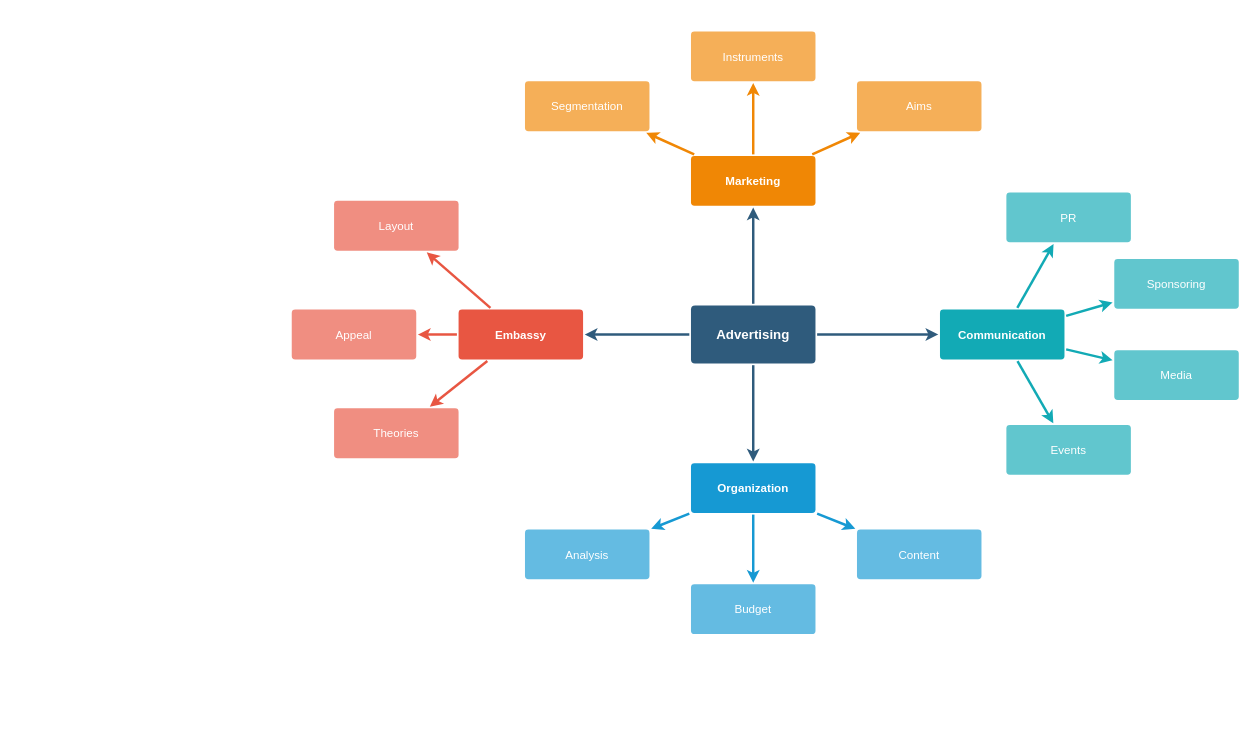
Before: draw.io/redux.drawio in lightnoway/scratch, a draw.io diagram. Source tidied: cells renumbered, new cells numbered last; positions are measured from the earlier drawing's top-left corner, leaving out a move shared by most shapes. Both pictures are drawn from the tidied source at 83%, with x=0, y=0 at pixel (291, 31).
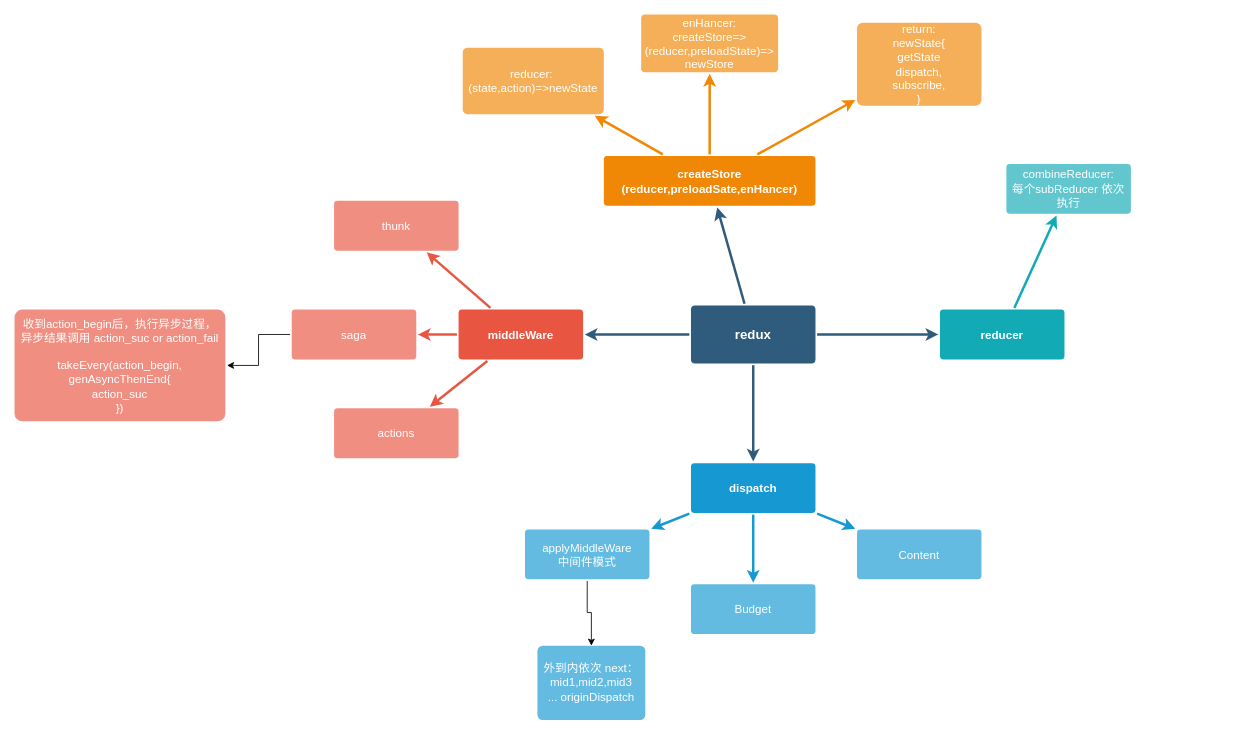
Above is the later version.

The edit, as a diff of the source:
```diff
@@
-    <mxCell id="6" value="Advertising" style="rounded=1;whiteSpace=wrap;html=1;shadow=0;labelBackgroundColor=none;strokeColor=none;strokeWidth=3;fillColor=#2F5B7C;fontFamily=Helvetica;fontSize=16;fontColor=#FFFFFF;align=center;fontStyle=1;spacing=5;arcSize=7;perimeterSpacing=2;" parent="1" vertex="1">
+    <mxCell id="6" value="redux" style="rounded=1;whiteSpace=wrap;html=1;shadow=0;labelBackgroundColor=none;strokeColor=none;strokeWidth=3;fillColor=#2F5B7C;fontFamily=Helvetica;fontSize=16;fontColor=#FFFFFF;align=center;fontStyle=1;spacing=5;arcSize=7;perimeterSpacing=2;" parent="1" vertex="1">
       <mxGeometry x="481" y="330.5" width="150" height="70" as="geometry" />
     </mxCell>
@@
-    <mxCell id="10" value="Embassy" style="rounded=1;whiteSpace=wrap;html=1;shadow=0;labelBackgroundColor=none;strokeColor=none;strokeWidth=3;fillColor=#e85642;fontFamily=Helvetica;fontSize=14;fontColor=#FFFFFF;align=center;spacing=5;fontStyle=1;arcSize=7;perimeterSpacing=2;" parent="1" vertex="1">
+    <mxCell id="10" value="middleWare" style="rounded=1;whiteSpace=wrap;html=1;shadow=0;labelBackgroundColor=none;strokeColor=none;strokeWidth=3;fillColor=#e85642;fontFamily=Helvetica;fontSize=14;fontColor=#FFFFFF;align=center;spacing=5;fontStyle=1;arcSize=7;perimeterSpacing=2;" parent="1" vertex="1">
       <mxGeometry x="201" y="335.5" width="150" height="60" as="geometry" />
     </mxCell>
-    <mxCell id="11" value="Theories" style="rounded=1;whiteSpace=wrap;html=1;shadow=0;labelBackgroundColor=none;strokeColor=none;strokeWidth=3;fillColor=#f08e81;fontFamily=Helvetica;fontSize=14;fontColor=#FFFFFF;align=center;spacing=5;fontStyle=0;arcSize=7;perimeterSpacing=2;" parent="1" vertex="1">
+    <mxCell id="11" value="actions" style="rounded=1;whiteSpace=wrap;html=1;shadow=0;labelBackgroundColor=none;strokeColor=none;strokeWidth=3;fillColor=#f08e81;fontFamily=Helvetica;fontSize=14;fontColor=#FFFFFF;align=center;spacing=5;fontStyle=0;arcSize=7;perimeterSpacing=2;" parent="1" vertex="1">
       <mxGeometry x="51" y="454.5" width="150" height="60" as="geometry" />
     </mxCell>
+    <mxCell id="37" style="edgeStyle=orthogonalEdgeStyle;rounded=0;jettySize=auto;html=1;" parent="1" edge="1" source="12" target="40">
+      <mxGeometry relative="1" as="geometry" />
+    </mxCell>
-    <mxCell id="12" value="Appeal" style="rounded=1;whiteSpace=wrap;html=1;shadow=0;labelBackgroundColor=none;strokeColor=none;strokeWidth=3;fillColor=#f08e81;fontFamily=Helvetica;fontSize=14;fontColor=#FFFFFF;align=center;spacing=5;fontStyle=0;arcSize=7;perimeterSpacing=2;" parent="1" vertex="1">
+    <mxCell id="12" value="saga" style="rounded=1;whiteSpace=wrap;html=1;shadow=0;labelBackgroundColor=none;strokeColor=none;strokeWidth=3;fillColor=#f08e81;fontFamily=Helvetica;fontSize=14;fontColor=#FFFFFF;align=center;spacing=5;fontStyle=0;arcSize=7;perimeterSpacing=2;" parent="1" vertex="1">
       <mxGeometry y="335.5" width="150" height="60" as="geometry" />
     </mxCell>
-    <mxCell id="13" value="Layout" style="rounded=1;whiteSpace=wrap;html=1;shadow=0;labelBackgroundColor=none;strokeColor=none;strokeWidth=3;fillColor=#f08e81;fontFamily=Helvetica;fontSize=14;fontColor=#FFFFFF;align=center;spacing=5;fontStyle=0;arcSize=7;perimeterSpacing=2;" parent="1" vertex="1">
+    <mxCell id="13" value="thunk" style="rounded=1;whiteSpace=wrap;html=1;shadow=0;labelBackgroundColor=none;strokeColor=none;strokeWidth=3;fillColor=#f08e81;fontFamily=Helvetica;fontSize=14;fontColor=#FFFFFF;align=center;spacing=5;fontStyle=0;arcSize=7;perimeterSpacing=2;" parent="1" vertex="1">
       <mxGeometry x="51" y="204.5" width="150" height="60" as="geometry" />
     </mxCell>
@@
-    <mxCell id="17" value="Organization" style="rounded=1;whiteSpace=wrap;html=1;shadow=0;labelBackgroundColor=none;strokeColor=none;strokeWidth=3;fillColor=#1699d3;fontFamily=Helvetica;fontSize=14;fontColor=#FFFFFF;align=center;spacing=5;fontStyle=1;arcSize=7;perimeterSpacing=2;" parent="1" vertex="1">
+    <mxCell id="17" value="dispatch" style="rounded=1;whiteSpace=wrap;html=1;shadow=0;labelBackgroundColor=none;strokeColor=none;strokeWidth=3;fillColor=#1699d3;fontFamily=Helvetica;fontSize=14;fontColor=#FFFFFF;align=center;spacing=5;fontStyle=1;arcSize=7;perimeterSpacing=2;" parent="1" vertex="1">
       <mxGeometry x="481" y="520.5" width="150" height="60" as="geometry" />
     </mxCell>
@@
+    <mxCell id="38" style="edgeStyle=orthogonalEdgeStyle;rounded=0;jettySize=auto;html=1;" parent="1" edge="1" source="20" target="39">
+      <mxGeometry relative="1" as="geometry" />
+    </mxCell>
-    <mxCell id="20" value="Analysis" style="rounded=1;whiteSpace=wrap;html=1;shadow=0;labelBackgroundColor=none;strokeColor=none;strokeWidth=3;fillColor=#64bbe2;fontFamily=Helvetica;fontSize=14;fontColor=#FFFFFF;align=center;spacing=5;arcSize=7;perimeterSpacing=2;" parent="1" vertex="1">
+    <mxCell id="20" value="applyMiddleWare&lt;br&gt;中间件模式" style="rounded=1;whiteSpace=wrap;html=1;shadow=0;labelBackgroundColor=none;strokeColor=none;strokeWidth=3;fillColor=#64bbe2;fontFamily=Helvetica;fontSize=14;fontColor=#FFFFFF;align=center;spacing=5;arcSize=7;perimeterSpacing=2;" parent="1" vertex="1">
       <mxGeometry x="281" y="600.5" width="150" height="60" as="geometry" />
     </mxCell>
-    <mxCell id="21" value="Marketing" style="rounded=1;whiteSpace=wrap;html=1;shadow=0;labelBackgroundColor=none;strokeColor=none;strokeWidth=3;fillColor=#F08705;fontFamily=Helvetica;fontSize=14;fontColor=#FFFFFF;align=center;spacing=5;fontStyle=1;arcSize=7;perimeterSpacing=2;" parent="1" vertex="1">
-      <mxGeometry x="481" y="150.5" width="150" height="60" as="geometry" />
+    <mxCell id="21" value="createStore&lt;br&gt;(reducer,preloadSate,enHancer)" style="rounded=1;whiteSpace=wrap;html=1;shadow=0;labelBackgroundColor=none;strokeColor=none;strokeWidth=3;fillColor=#F08705;fontFamily=Helvetica;fontSize=14;fontColor=#FFFFFF;align=center;spacing=5;fontStyle=1;arcSize=7;perimeterSpacing=2;" parent="1" vertex="1">
+      <mxGeometry x="376" y="150.5" width="255" height="60" as="geometry" />
     </mxCell>
-    <mxCell id="22" value="Aims&lt;br&gt;" style="rounded=1;whiteSpace=wrap;html=1;shadow=0;labelBackgroundColor=none;strokeColor=none;strokeWidth=3;fillColor=#f5af58;fontFamily=Helvetica;fontSize=14;fontColor=#FFFFFF;align=center;spacing=5;arcSize=7;perimeterSpacing=2;" parent="1" vertex="1">
-      <mxGeometry x="681" y="60.5" width="150" height="60" as="geometry" />
+    <mxCell id="22" value="return:&lt;br&gt;newState{&lt;br&gt;getState&lt;br&gt;dispatch,&lt;br&gt;subscribe,&lt;br&gt;}" style="rounded=1;whiteSpace=wrap;html=1;shadow=0;labelBackgroundColor=none;strokeColor=none;strokeWidth=3;fillColor=#f5af58;fontFamily=Helvetica;fontSize=14;fontColor=#FFFFFF;align=center;spacing=5;arcSize=7;perimeterSpacing=2;" parent="1" vertex="1">
+      <mxGeometry x="681" y="-10" width="150" height="100" as="geometry" />
     </mxCell>
@@
-    <mxCell id="24" value="Instruments" style="rounded=1;whiteSpace=wrap;html=1;shadow=0;labelBackgroundColor=none;strokeColor=none;strokeWidth=3;fillColor=#f5af58;fontFamily=Helvetica;fontSize=14;fontColor=#FFFFFF;align=center;spacing=5;arcSize=7;perimeterSpacing=2;" parent="1" vertex="1">
-      <mxGeometry x="481" y="0.5" width="150" height="60" as="geometry" />
+    <mxCell id="24" value="enHancer:&lt;br&gt;createStore=&amp;gt;&lt;br&gt;(reducer,preloadState)=&amp;gt;&lt;br&gt;newStore" style="rounded=1;whiteSpace=wrap;html=1;shadow=0;labelBackgroundColor=none;strokeColor=none;strokeWidth=3;fillColor=#f5af58;fontFamily=Helvetica;fontSize=14;fontColor=#FFFFFF;align=center;spacing=5;arcSize=7;perimeterSpacing=2;" parent="1" vertex="1">
+      <mxGeometry x="421" y="-20" width="165" height="69.5" as="geometry" />
     </mxCell>
@@
-    <mxCell id="26" value="Segmentation" style="rounded=1;whiteSpace=wrap;html=1;shadow=0;labelBackgroundColor=none;strokeColor=none;strokeWidth=3;fillColor=#f5af58;fontFamily=Helvetica;fontSize=14;fontColor=#FFFFFF;align=center;spacing=5;arcSize=7;perimeterSpacing=2;" parent="1" vertex="1">
-      <mxGeometry x="281" y="60.5" width="150" height="60" as="geometry" />
+    <mxCell id="26" value="reducer:&amp;nbsp;&lt;br&gt;(state,action)=&amp;gt;newState" style="rounded=1;whiteSpace=wrap;html=1;shadow=0;labelBackgroundColor=none;strokeColor=none;strokeWidth=3;fillColor=#f5af58;fontFamily=Helvetica;fontSize=14;fontColor=#FFFFFF;align=center;spacing=5;arcSize=7;perimeterSpacing=2;" parent="1" vertex="1">
+      <mxGeometry x="206" y="20" width="170" height="80" as="geometry" />
     </mxCell>
@@
-    <mxCell id="28" value="Communication" style="rounded=1;whiteSpace=wrap;html=1;shadow=0;labelBackgroundColor=none;strokeColor=none;strokeWidth=3;fillColor=#12aab5;fontFamily=Helvetica;fontSize=14;fontColor=#FFFFFF;align=center;spacing=5;fontStyle=1;arcSize=7;perimeterSpacing=2;" parent="1" vertex="1">
+    <mxCell id="28" value="reducer" style="rounded=1;whiteSpace=wrap;html=1;shadow=0;labelBackgroundColor=none;strokeColor=none;strokeWidth=3;fillColor=#12aab5;fontFamily=Helvetica;fontSize=14;fontColor=#FFFFFF;align=center;spacing=5;fontStyle=1;arcSize=7;perimeterSpacing=2;" parent="1" vertex="1">
       <mxGeometry x="781" y="335.5" width="150" height="60" as="geometry" />
     </mxCell>
-    <mxCell id="29" value="Events" style="rounded=1;whiteSpace=wrap;html=1;shadow=0;labelBackgroundColor=none;strokeColor=none;strokeWidth=3;fillColor=#61c6ce;fontFamily=Helvetica;fontSize=14;fontColor=#FFFFFF;align=center;spacing=5;fontStyle=0;arcSize=7;perimeterSpacing=2;" parent="1" vertex="1">
-      <mxGeometry x="861" y="474.5" width="150" height="60" as="geometry" />
-    </mxCell>
-    <mxCell id="30" style="edgeStyle=none;rounded=1;jumpStyle=none;html=1;shadow=0;labelBackgroundColor=none;startArrow=none;startFill=0;jettySize=auto;strokeColor=#12AAB5;strokeWidth=3;fontFamily=Helvetica;fontSize=14;fontColor=#FFFFFF;spacing=5;fontStyle=1;fillColor=#b0e3e6;" parent="1" edge="1" source="28" target="29">
-      <mxGeometry relative="1" as="geometry" />
-    </mxCell>
-    <mxCell id="31" value="Media" style="rounded=1;whiteSpace=wrap;html=1;shadow=0;labelBackgroundColor=none;strokeColor=none;strokeWidth=3;fillColor=#61c6ce;fontFamily=Helvetica;fontSize=14;fontColor=#FFFFFF;align=center;spacing=5;fontStyle=0;arcSize=7;perimeterSpacing=2;" parent="1" vertex="1">
-      <mxGeometry x="991" y="384.5" width="150" height="60" as="geometry" />
-    </mxCell>
-    <mxCell id="32" style="edgeStyle=none;rounded=1;jumpStyle=none;html=1;shadow=0;labelBackgroundColor=none;startArrow=none;startFill=0;jettySize=auto;strokeColor=#12AAB5;strokeWidth=3;fontFamily=Helvetica;fontSize=14;fontColor=#FFFFFF;spacing=5;fontStyle=1;fillColor=#b0e3e6;" parent="1" edge="1" source="28" target="31">
-      <mxGeometry relative="1" as="geometry" />
-    </mxCell>
-    <mxCell id="33" value="Sponsoring" style="rounded=1;whiteSpace=wrap;html=1;shadow=0;labelBackgroundColor=none;strokeColor=none;strokeWidth=3;fillColor=#61c6ce;fontFamily=Helvetica;fontSize=14;fontColor=#FFFFFF;align=center;spacing=5;fontStyle=0;arcSize=7;perimeterSpacing=2;" parent="1" vertex="1">
-      <mxGeometry x="991" y="274.5" width="150" height="60" as="geometry" />
-    </mxCell>
-    <mxCell id="34" style="edgeStyle=none;rounded=1;jumpStyle=none;html=1;shadow=0;labelBackgroundColor=none;startArrow=none;startFill=0;jettySize=auto;strokeColor=#12AAB5;strokeWidth=3;fontFamily=Helvetica;fontSize=14;fontColor=#FFFFFF;spacing=5;fontStyle=1;fillColor=#b0e3e6;" parent="1" edge="1" source="28" target="33">
-      <mxGeometry relative="1" as="geometry" />
-    </mxCell>
-    <mxCell id="35" value="PR" style="rounded=1;whiteSpace=wrap;html=1;shadow=0;labelBackgroundColor=none;strokeColor=none;strokeWidth=3;fillColor=#61c6ce;fontFamily=Helvetica;fontSize=14;fontColor=#FFFFFF;align=center;spacing=5;fontStyle=0;arcSize=7;perimeterSpacing=2;" parent="1" vertex="1">
-      <mxGeometry x="861" y="194.5" width="150" height="60" as="geometry" />
+    <mxCell id="35" value="combineReducer:&lt;br&gt;每个subReducer 依次执行" style="rounded=1;whiteSpace=wrap;html=1;shadow=0;labelBackgroundColor=none;strokeColor=none;strokeWidth=3;fillColor=#61c6ce;fontFamily=Helvetica;fontSize=14;fontColor=#FFFFFF;align=center;spacing=5;fontStyle=0;arcSize=7;perimeterSpacing=2;" parent="1" vertex="1">
+      <mxGeometry x="861" y="160" width="150" height="60" as="geometry" />
     </mxCell>
@@
+    <mxCell id="39" value="外到内依次 next：mid1,mid2,mid3&lt;br&gt;... originDispatch" style="whiteSpace=wrap;html=1;rounded=1;shadow=0;fontSize=14;fontColor=#FFFFFF;strokeColor=none;strokeWidth=3;fillColor=#64bbe2;spacing=5;arcSize=7;" parent="1" vertex="1">
+      <mxGeometry x="296" y="740.5" width="130" height="89.5" as="geometry" />
+    </mxCell>
+    <mxCell id="40" value="收到action_begin后，执行异步过程，异步结果调用 action_suc or action_fail&lt;br&gt;&lt;br&gt;takeEvery(action_begin, genAsyncThenEnd{&lt;br&gt;action_suc&lt;br&gt;})" style="rounded=1;whiteSpace=wrap;html=1;shadow=0;labelBackgroundColor=none;strokeColor=none;strokeWidth=3;fillColor=#f08e81;fontFamily=Helvetica;fontSize=14;fontColor=#FFFFFF;align=center;spacing=5;fontStyle=0;arcSize=7;perimeterSpacing=2;" parent="1" vertex="1">
+      <mxGeometry x="-334" y="335.5" width="254" height="134.5" as="geometry" />
+    </mxCell>
```
